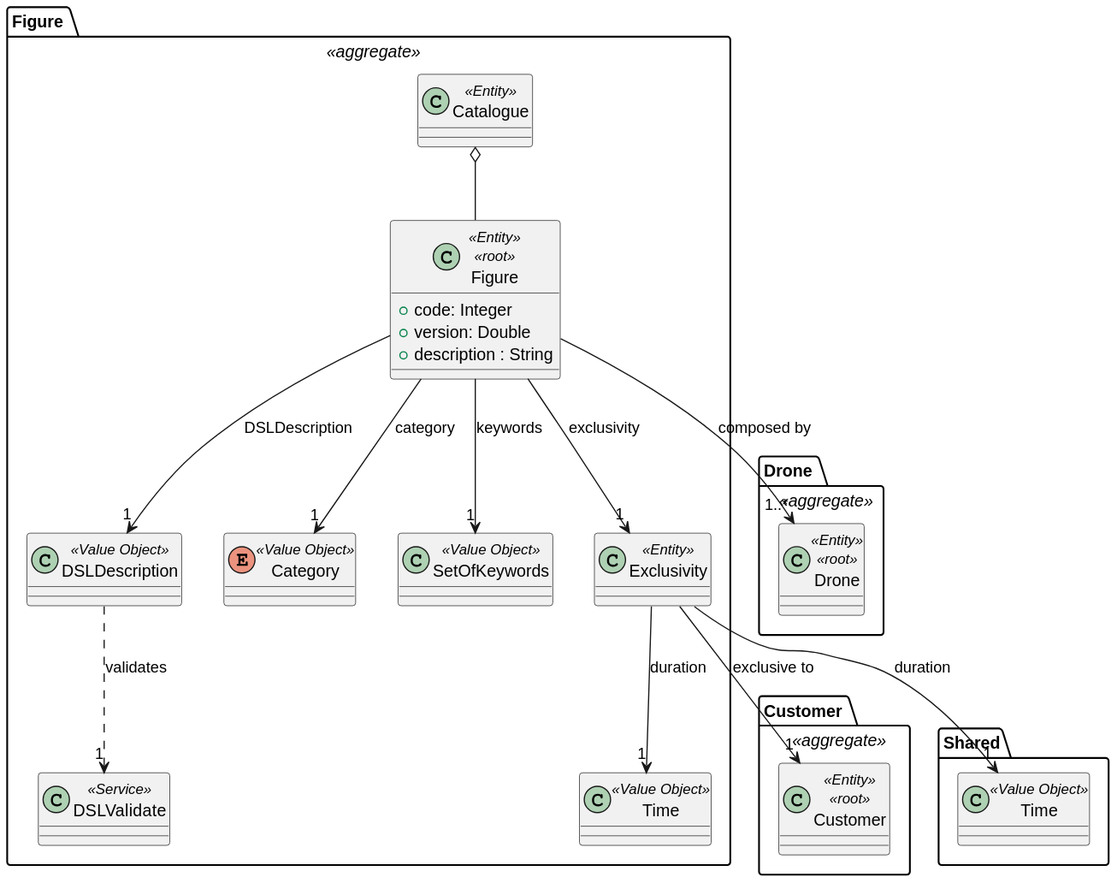
Before: docs/global_artifacts/analysis/images/domain_model_figure.svg, a diagram exported from PlantUML (diogoveirospro/sem4pi-2024-2025-sem4pi_2024_2025_g44).
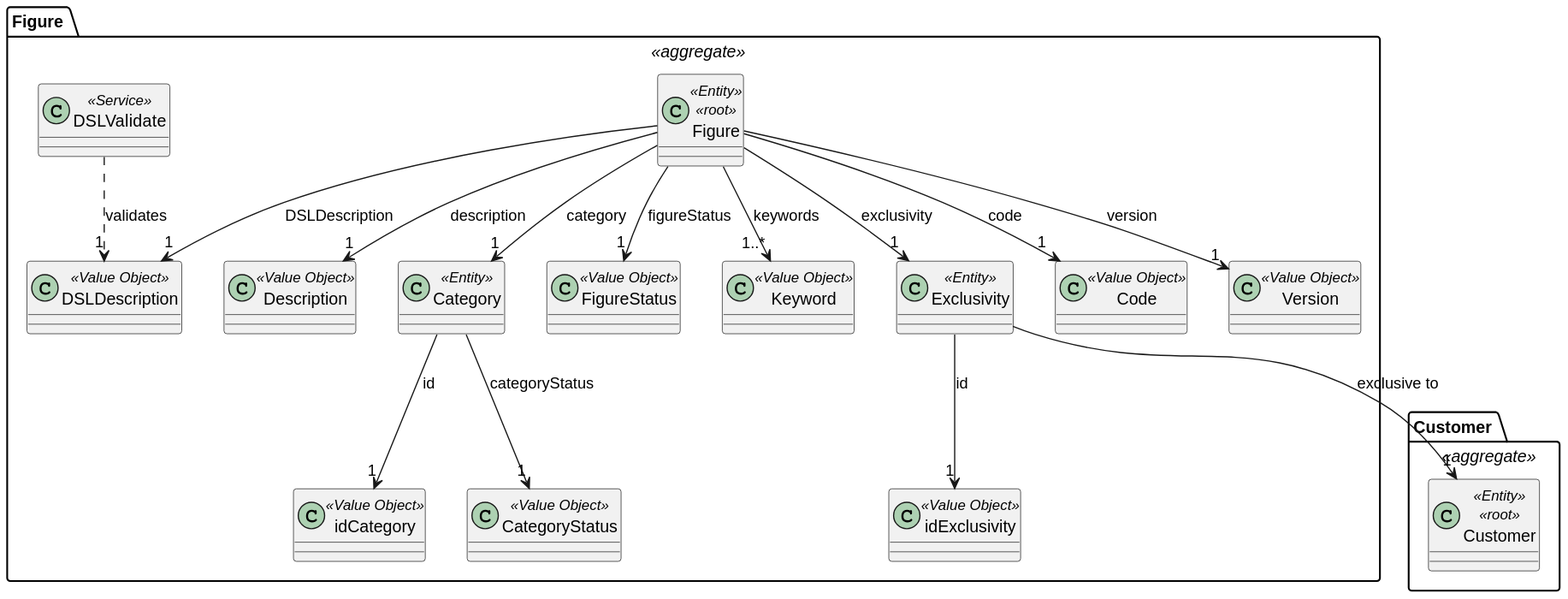
After the change.

Diff of the diagram source:
```diff
@@ -1,66 +1,67 @@
 @startuml
-package "Customer " <<aggregate>> {
-    class Customer <<Entity>> <<root>>{
-    }
-
-}
-
-package "Drone " <<aggregate>> {
-
-    class Drone <<Entity>> <<root>>{
-    }
-
-}
-
 package "Figure " <<aggregate>> {
 
     class Figure <<Entity>> <<root>>{
-        + code: Integer
-        + version: Double
-        + description : String
+    }
+
+    class Code <<Value Object>>{
+    }
+
+    class Version <<Value Object>>{
+    }
+
+    class Description <<Value Object>>{
     }
 
     class DSLDescription <<Value Object>>{
     }
 
-    enum Category <<Value Object>>{
+    class Category <<Entity>>{
     }
 
-    class SetOfKeywords <<Value Object>>{
+    class idCategory <<Value Object>>{
+    }
+
+    class CategoryStatus <<Value Object>>{
+    }
+
+    class FigureStatus <<Value Object>>{
+    }
+
+    class Keyword <<Value Object>>{
     }
 
     class Exclusivity <<Entity>>{
     }
 
-    class Catalogue <<Entity>>{
+    class idExclusivity <<Value Object>>{
     }
 
     class DSLValidate <<Service>>{
     }
 
-    class Time <<Value Object>>{
+
+    Figure --> "1" DSLDescription: DSLDescription
+    Figure --> "1" Category: category
+    Figure --> "1..*" Keyword: keywords
+    Figure --> "1" Exclusivity: exclusivity
+    Figure --> "1" Code: code
+    Figure --> "1" Version: version
+    Figure --> "1" Description: description
+    Figure --> "1" FigureStatus: figureStatus
+
+    DSLValidate ..> "1" DSLDescription: validates
+
+    Exclusivity --> "1" idExclusivity: id
+
+    Category --> "1" idCategory: id
+    Category --> "1" CategoryStatus: categoryStatus
+}
+
+package "Customer " <<aggregate>> {
+    class Customer <<Entity>> <<root>>{
     }
 
-
-    Figure --> "1..*" Drone: composed by
-    Figure --> "1" DSLDescription: DSLDescription
-    Figure --> "1" Category: category
-    Figure --> "1" SetOfKeywords: keywords
-    Figure --> "1" Exclusivity: exclusivity
-
-    DSLDescription ..> "1" DSLValidate: validates
-
-    Catalogue o-- Figure
-
-    Exclusivity --> "1" Time: duration
     Exclusivity --> "1" Customer: exclusive to
 }
-
-package Shared {
-
-    class Time <<Value Object>>{
-    }
-
-    Exclusivity --> "1" Time: duration
-}
 @enduml
```
